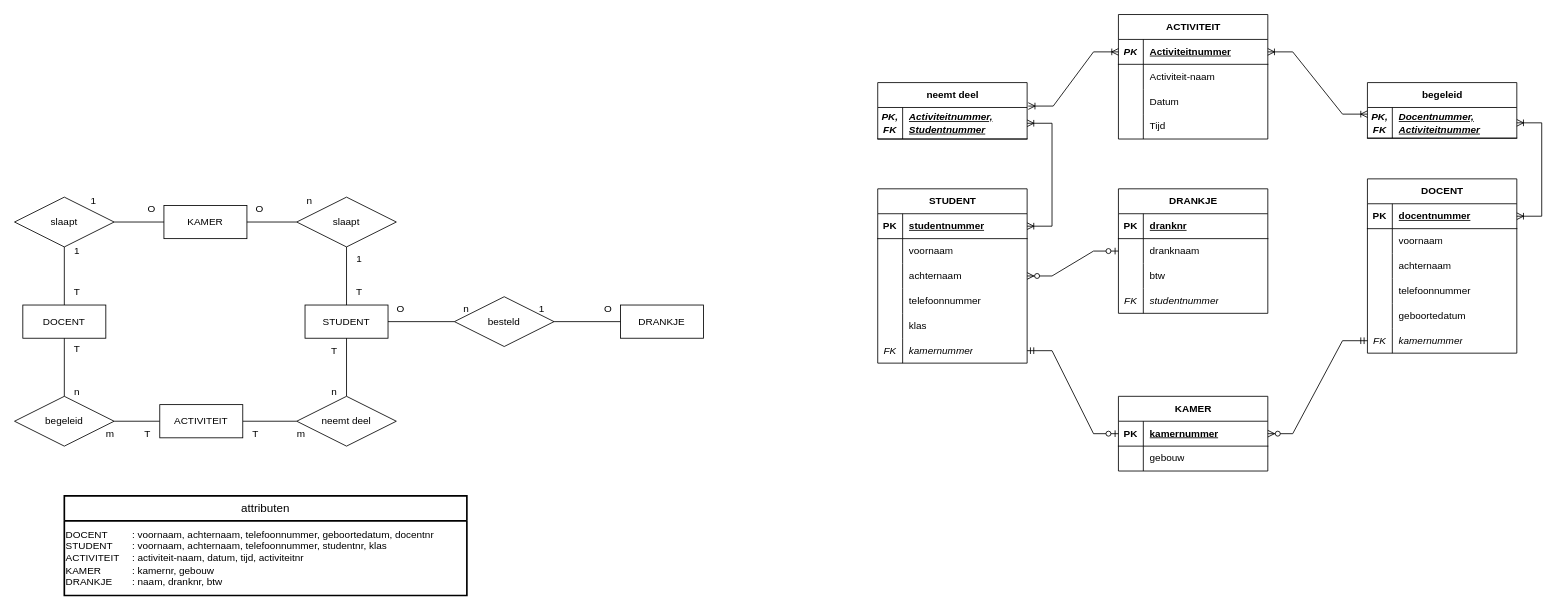
Thomas01v/ProjectDatabases keeps this draw.io diagram as ERD project.drawio. Above is the earlier version. Source tidied: cells renumbered, new cells numbered last; positions are measured from the earlier drawing's top-left corner, leaving out a move shared by most shapes. Both pictures are drawn from the tidied source at 83%, with x=0, y=0 at pixel (14, 14).
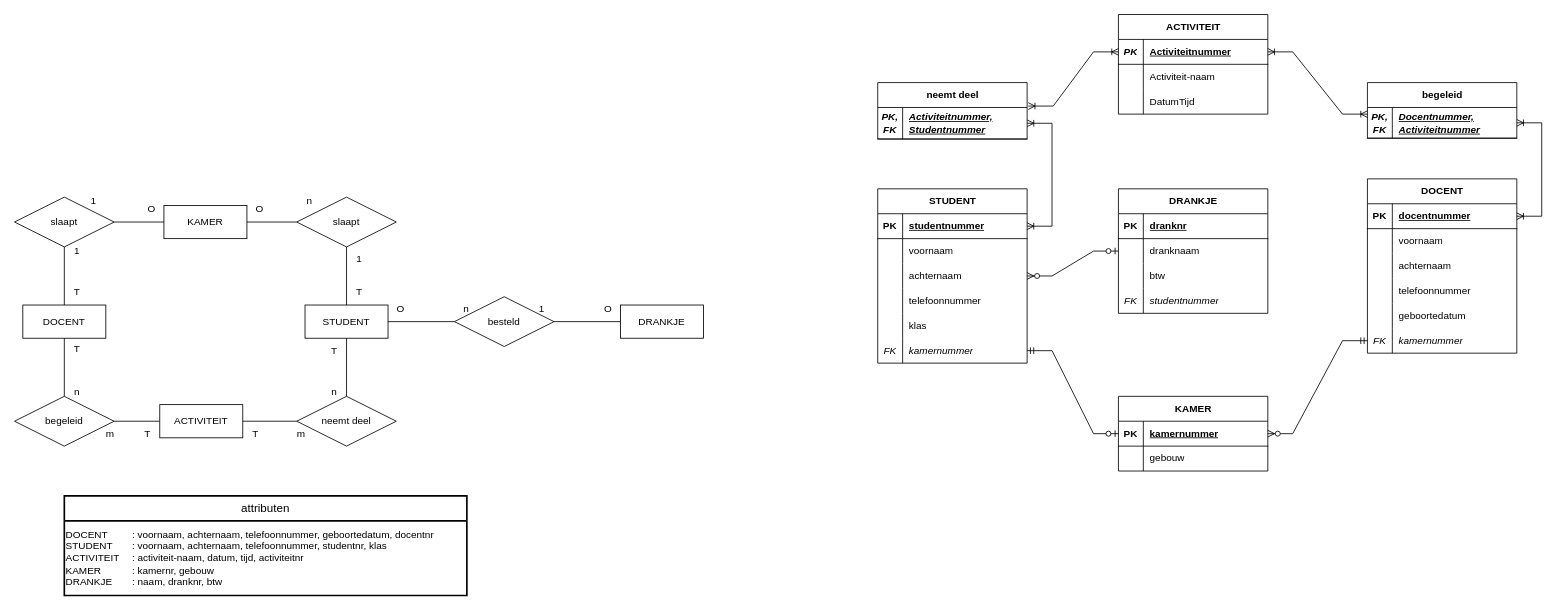
After the change.

Commit message (it also covers changes not shown here):
fixed data time split

Unchanged cells that the change refers to:
```xml
<mxCell id="115" style="shape=tableRow;horizontal=0;startSize=0;swimlaneHead=0;swimlaneBody=0;fillColor=none;top=0;left=0;right=0;bottom=0;" parent="108" vertex="1">
  <mxGeometry y="90" width="180" height="30" as="geometry" />
</mxCell>
```

Change to the diagram source:
```diff
@@
     <mxCell id="108" value="ACTIVITEIT" style="shape=table;startSize=30;childLayout=tableLayout;rowLines=0;fontStyle=1;align=center;html=1;" parent="1" vertex="1">
-      <mxGeometry x="1330" width="180" height="150" as="geometry" />
+      <mxGeometry x="1330" width="180" height="120" as="geometry" />
     </mxCell>
@@
-    <mxCell id="117" value="Datum" style="shape=partialRectangle;fillColor=none;top=0;left=0;bottom=0;right=0;align=left;spacingLeft=6;overflow=hidden;whiteSpace=wrap;html=1;" parent="115" vertex="1">
+    <mxCell id="117" value="DatumTijd" style="shape=partialRectangle;fillColor=none;top=0;left=0;bottom=0;right=0;align=left;spacingLeft=6;overflow=hidden;whiteSpace=wrap;html=1;" parent="115" vertex="1">
       <mxGeometry x="30" width="150" height="30" as="geometry" />
     </mxCell>
-    <mxCell id="118" style="shape=tableRow;horizontal=0;startSize=0;swimlaneHead=0;swimlaneBody=0;fillColor=none;top=0;left=0;right=0;bottom=0;" parent="108" vertex="1">
-      <mxGeometry y="120" width="180" height="30" as="geometry" />
-    </mxCell>
-    <mxCell id="119" style="shape=partialRectangle;fillColor=none;top=0;left=0;bottom=0;right=0;overflow=hidden;whiteSpace=wrap;html=1;" parent="118" vertex="1">
-      <mxGeometry width="30" height="30" as="geometry" />
-    </mxCell>
-    <mxCell id="120" value="Tijd" style="shape=partialRectangle;fillColor=none;top=0;left=0;bottom=0;right=0;align=left;spacingLeft=6;overflow=hidden;whiteSpace=wrap;html=1;" parent="118" vertex="1">
-      <mxGeometry x="30" width="150" height="30" as="geometry" />
-    </mxCell>
```
